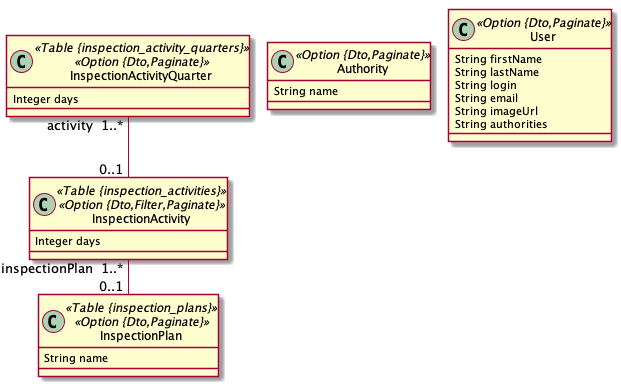
The PlantUML diagram plan.png in iftmis/backend, before a commit.
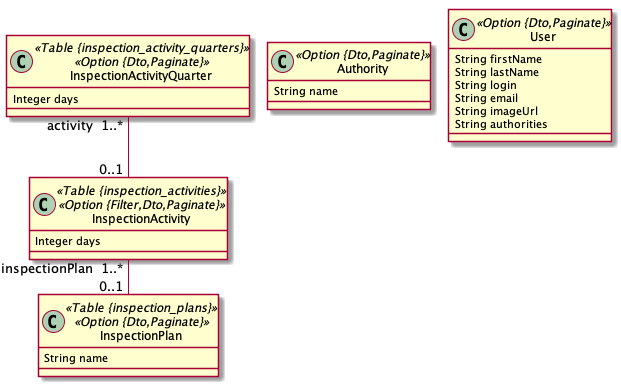
After the change.

What changed in the source:
```diff
@@ -4,7 +4,7 @@
 	class InspectionPlan <<Table {inspection_plans}>><<Option {Dto,Paginate}>> {
 		String name
 	}
-	class InspectionActivity <<Table {inspection_activities}>><<Option {Dto,Filter,Paginate}>> {
+	class InspectionActivity <<Table {inspection_activities}>><<Option {Filter,Dto,Paginate}>> {
 		Integer days
 	}
 	class InspectionActivityQuarter <<Table {inspection_activity_quarters}>><<Option {Dto,Paginate}>> {
```
